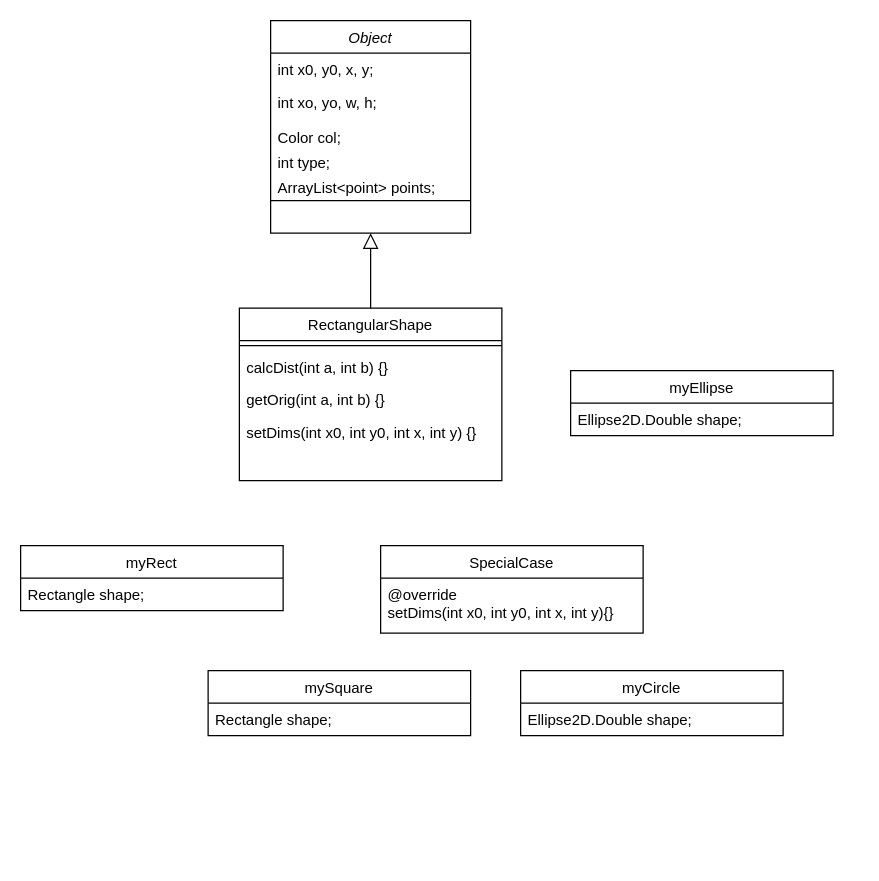
The draw.io diagram ClassDiagram_RectangularShapes.drawio in cchandel-dev/SketchPad, before the edit. Source tidied: cells renumbered, new cells numbered last; positions are measured from the earlier drawing's top-left corner, leaving out a move shared by most shapes. Both pictures are drawn from the tidied source at 125%, with x=0, y=0 at pixel (20, 20).
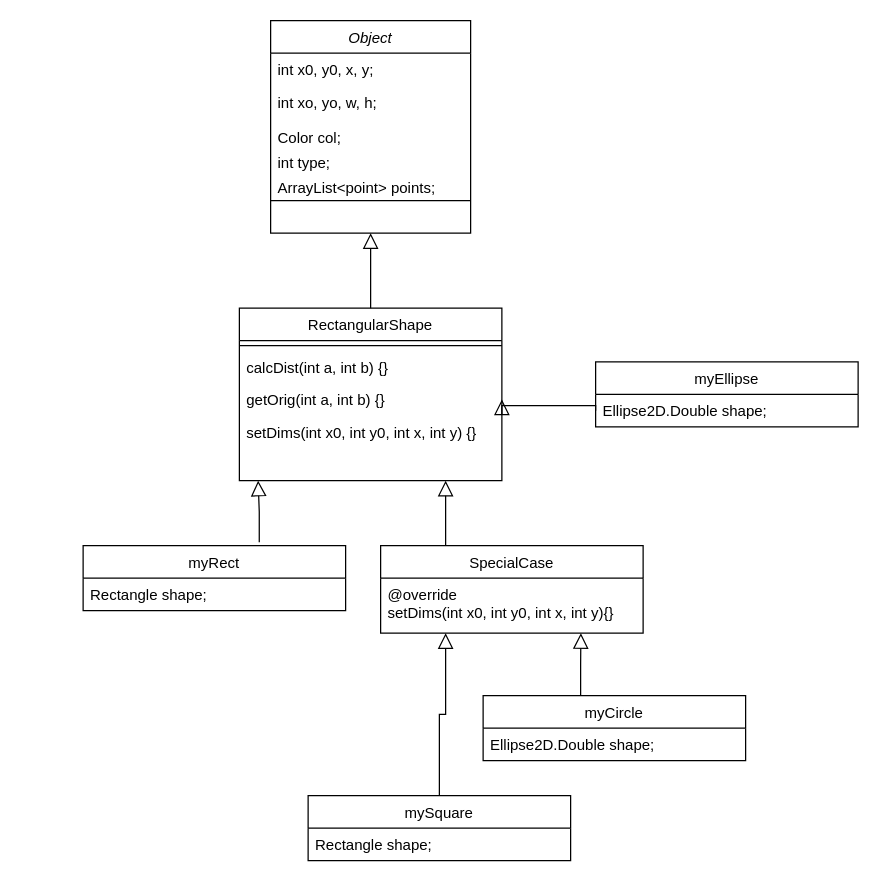
The same page after the edit.

Unchanged cells that the change refers to:
```xml
<mxCell id="12" value="getOrig(int a, int b) {}" style="text;align=left;verticalAlign=top;spacingLeft=4;spacingRight=4;overflow=hidden;points=[[0,0.5],[1,0.5]];portConstraint=eastwest;" parent="9" vertex="1">
  <mxGeometry y="60" width="210" height="26" as="geometry" />
</mxCell>
<mxCell id="18" value="Ellipse2D.Double shape;" style="text;align=left;verticalAlign=top;spacingLeft=4;spacingRight=4;overflow=hidden;points=[[0,0.5],[1,0.5]];portConstraint=eastwest;" parent="17" vertex="1">
  <mxGeometry y="26" width="210" height="26" as="geometry" />
</mxCell>
```

Change to the diagram source:
```diff
@@
     <mxCell id="15" value="myRect" style="swimlane;fontStyle=0;align=center;verticalAlign=top;horizontal=1;startSize=26;rounded=0;shadow=0;strokeWidth=1;" parent="1" vertex="1">
-      <mxGeometry y="420" width="210" height="52" as="geometry" />
+      <mxGeometry x="50" y="420" width="210" height="52" as="geometry" />
     </mxCell>
@@
     <mxCell id="17" value="myEllipse" style="swimlane;fontStyle=0;align=center;verticalAlign=top;horizontal=1;startSize=26;rounded=0;shadow=0;strokeWidth=1;" parent="1" vertex="1">
-      <mxGeometry x="440" y="280" width="210" height="52" as="geometry" />
+      <mxGeometry x="460" y="273" width="210" height="52" as="geometry" />
     </mxCell>
@@
     <mxCell id="21" value="mySquare" style="swimlane;fontStyle=0;align=center;verticalAlign=top;horizontal=1;startSize=26;rounded=0;shadow=0;strokeWidth=1;" parent="1" vertex="1">
-      <mxGeometry x="150" y="520" width="210" height="52" as="geometry" />
+      <mxGeometry x="230" y="620" width="210" height="52" as="geometry" />
     </mxCell>
@@
     <mxCell id="23" value="myCircle" style="swimlane;fontStyle=0;align=center;verticalAlign=top;horizontal=1;startSize=26;rounded=0;shadow=0;strokeWidth=1;" parent="1" vertex="1">
-      <mxGeometry x="400" y="520" width="210" height="52" as="geometry" />
+      <mxGeometry x="370" y="540" width="210" height="52" as="geometry" />
     </mxCell>
@@
+    <mxCell id="25" style="endArrow=block;endSize=10;endFill=0;shadow=0;strokeWidth=1;rounded=0;edgeStyle=elbowEdgeStyle;elbow=vertical;exitX=0;exitY=0.5;exitDx=0;exitDy=0;entryX=1;entryY=0.5;entryDx=0;entryDy=0;" parent="1" edge="1" source="18" target="12">
+      <mxGeometry relative="1" as="geometry" />
+    </mxCell>
+    <mxCell id="26" style="endArrow=block;endSize=10;endFill=0;shadow=0;strokeWidth=1;rounded=0;edgeStyle=elbowEdgeStyle;elbow=vertical;" parent="1" edge="1">
+      <mxGeometry relative="1" as="geometry">
+        <mxPoint x="340" y="420" as="sourcePoint" />
+        <mxPoint x="340" y="368" as="targetPoint" />
+      </mxGeometry>
+    </mxCell>
+    <mxCell id="27" style="endArrow=block;endSize=10;endFill=0;shadow=0;strokeWidth=1;rounded=0;edgeStyle=elbowEdgeStyle;elbow=vertical;exitX=0.671;exitY=-0.051;exitDx=0;exitDy=0;exitPerimeter=0;" parent="1" edge="1" source="15">
+      <mxGeometry relative="1" as="geometry">
+        <mxPoint x="190" y="368" as="targetPoint" />
+      </mxGeometry>
+    </mxCell>
+    <mxCell id="28" style="endArrow=block;endSize=10;endFill=0;shadow=0;strokeWidth=1;rounded=0;edgeStyle=elbowEdgeStyle;elbow=vertical;exitX=0.5;exitY=0;exitDx=0;exitDy=0;" parent="1" edge="1" source="21">
+      <mxGeometry relative="1" as="geometry">
+        <mxPoint x="340" y="490" as="targetPoint" />
+      </mxGeometry>
+    </mxCell>
+    <mxCell id="29" style="endArrow=block;endSize=10;endFill=0;shadow=0;strokeWidth=1;rounded=0;edgeStyle=elbowEdgeStyle;elbow=vertical;" parent="1" edge="1">
+      <mxGeometry relative="1" as="geometry">
+        <mxPoint x="448" y="540" as="sourcePoint" />
+        <mxPoint x="448.2" y="490" as="targetPoint" />
+      </mxGeometry>
+    </mxCell>
```
